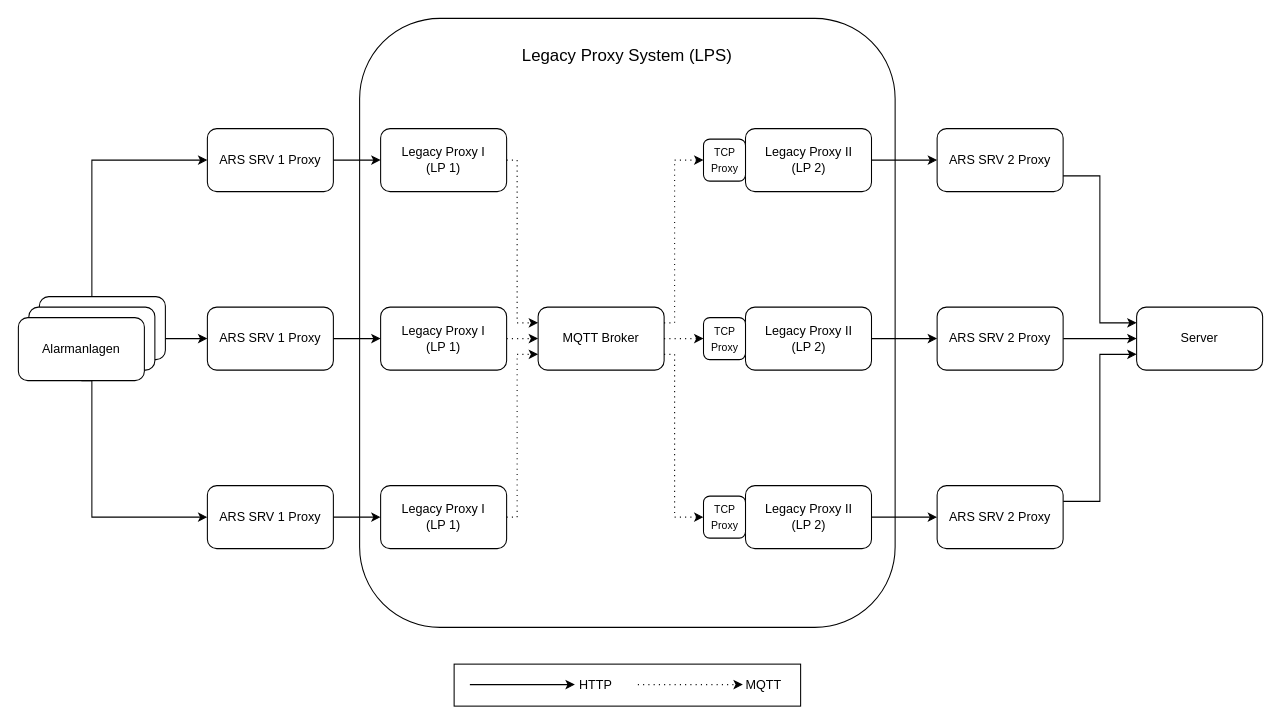
JadKHaddad/MT keeps this draw.io diagram as drawio/exp_lps.drawio. Above is the earlier version. Source tidied: cells renumbered, new cells numbered last; positions are measured from the earlier drawing's top-left corner, leaving out a move shared by most shapes. Both pictures are drawn from the tidied source at 105%, with x=0, y=0 at pixel (18, 18).
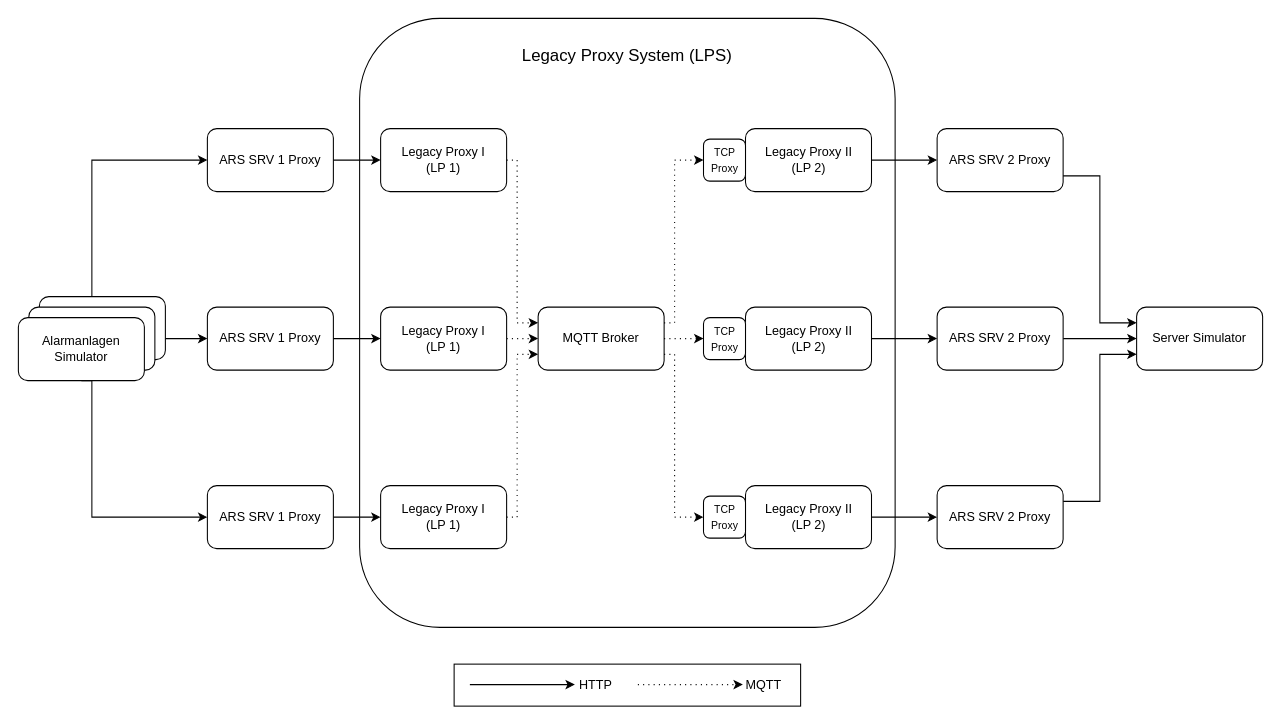
After the change.

The edit, as a diff of the source:
```diff
@@
-    <mxCell id="7" value="Alarmanlagen" style="rounded=1;whiteSpace=wrap;html=1;" parent="1" vertex="1">
+    <mxCell id="7" value="Alarmanlagen&lt;div&gt;Simulator&lt;/div&gt;" style="rounded=1;whiteSpace=wrap;html=1;" parent="1" vertex="1">
       <mxGeometry y="285" width="120" height="60" as="geometry" />
     </mxCell>
@@
-    <mxCell id="17" value="Server" style="rounded=1;whiteSpace=wrap;html=1;textShadow=0;" parent="1" vertex="1">
+    <mxCell id="17" value="Server Simulator" style="rounded=1;whiteSpace=wrap;html=1;textShadow=0;" parent="1" vertex="1">
       <mxGeometry x="1065" y="275" width="120" height="60" as="geometry" />
     </mxCell>
```
